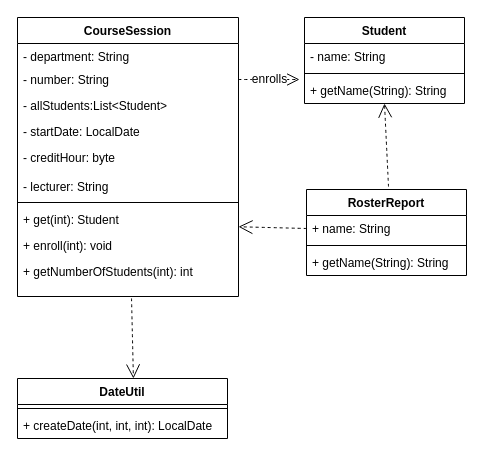
Earlier version of the draw.io diagram Untitled Diagram.drawio (Maf-H/Student-Information-System). Source tidied: cells renumbered, new cells numbered last; positions are measured from the earlier drawing's top-left corner, leaving out a move shared by most shapes. Both pictures are drawn from the tidied source at 100%, with x=0, y=0 at pixel (17, 17).
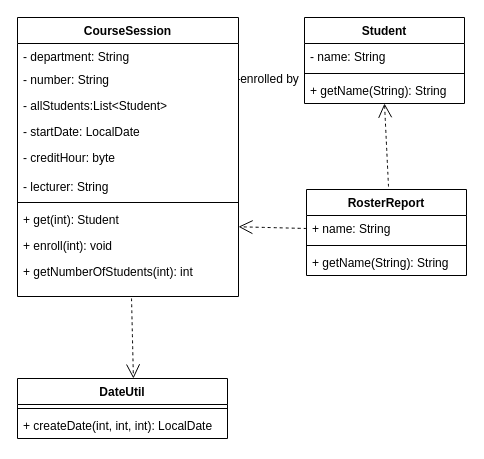
Above is the later version.

The change refers to these unchanged cells:
```xml
<mxCell id="8" value="- number: String" style="text;strokeColor=none;fillColor=none;align=left;verticalAlign=top;spacingLeft=4;spacingRight=4;overflow=hidden;points=[[0,0.5],[1,0.5]];portConstraint=eastwest;whiteSpace=wrap;html=1;" parent="6" vertex="1">
  <mxGeometry y="49" width="221" height="26" as="geometry" />
</mxCell>
```

Diff of the diagram source:
```diff
@@
-    <mxCell id="24" value="enrolls" style="endArrow=open;endSize=12;dashed=1;html=1;rounded=0;fontSize=12;curved=1;exitX=1;exitY=0.5;exitDx=0;exitDy=0;" parent="1" edge="1" source="8">
+    <mxCell id="24" value="enrolled by" style="endArrow=open;endSize=12;dashed=1;html=1;rounded=0;fontSize=12;curved=1;exitX=1;exitY=0.5;exitDx=0;exitDy=0;" parent="1" edge="1" source="8">
       <mxGeometry x="0.02" relative="1" as="geometry">
         <mxPoint x="282" y="62" as="targetPoint" />
       </mxGeometry>
     </mxCell>
```
